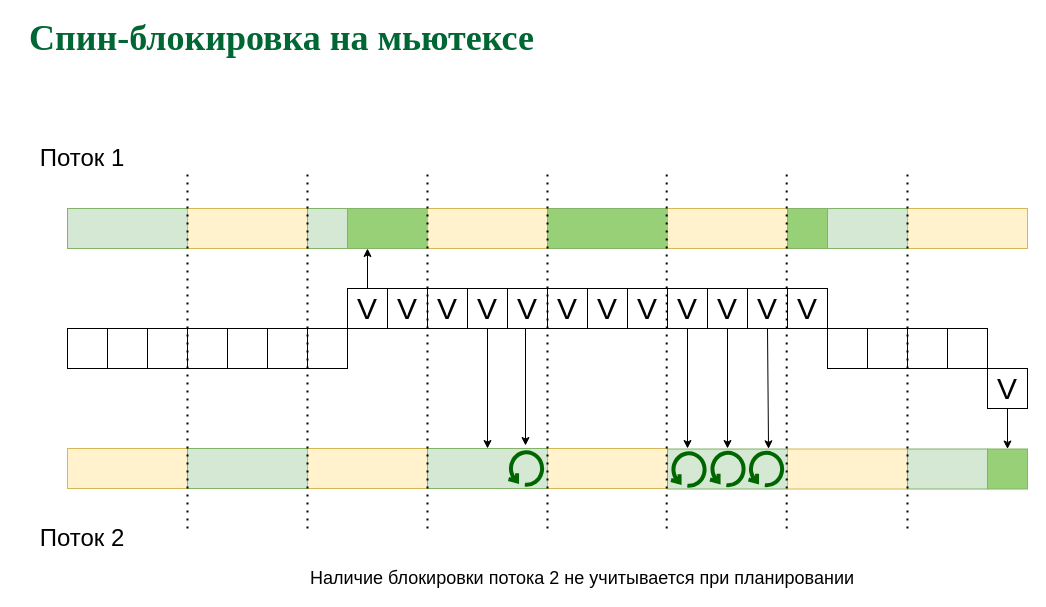
The draw.io diagram page "Mutex - spinlock" (1 of 5) of sync.drawio in 77maxikov/os_course, before the edit. Source tidied: cells renumbered, new cells numbered last; positions are measured from the earlier drawing's top-left corner, leaving out a move shared by most shapes. Both pictures are drawn from the tidied source at 100%, with x=0, y=0 at pixel (17, 28).
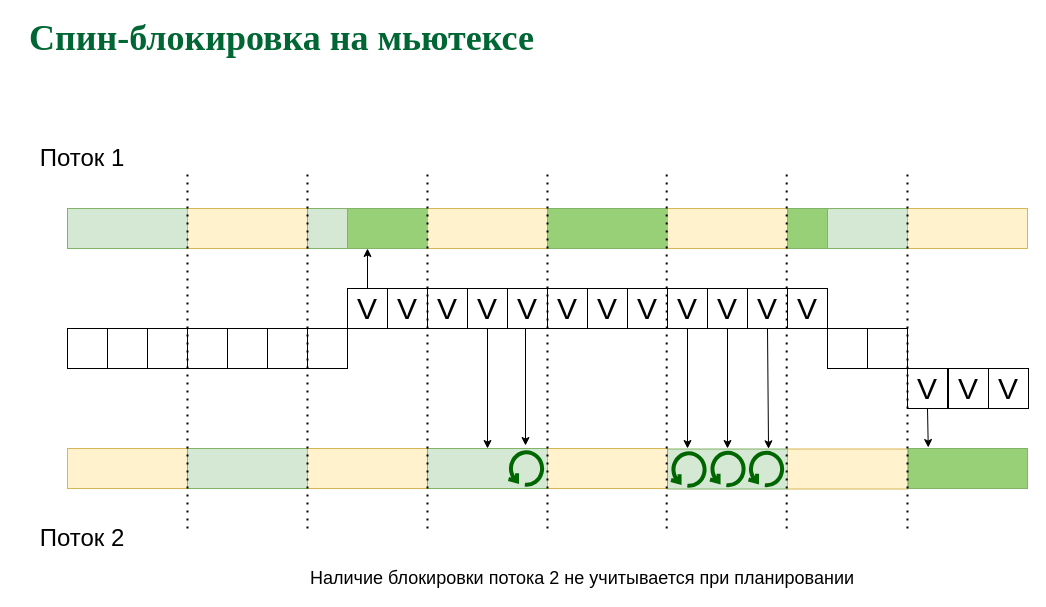
The same page after the edit.

Diff of the diagram source:
```diff
@@
-    <mxCell id="43" style="rounded=0;whiteSpace=wrap;html=1;strokeColor=#82b366;fillColor=#d5e8d4;" parent="1" vertex="1">
-      <mxGeometry x="890" y="420.5" width="80" height="40" as="geometry" />
-    </mxCell>
     <mxCell id="44" style="rounded=0;whiteSpace=wrap;html=1;strokeColor=#82b366;fillColor=#97D077;" parent="1" vertex="1">
-      <mxGeometry x="970" y="420.5" width="40" height="40" as="geometry" />
+      <mxGeometry x="891" y="420" width="119" height="40" as="geometry" />
     </mxCell>
-    <mxCell id="45" style="whiteSpace=wrap;html=1;" parent="1" vertex="1">
-      <mxGeometry x="890" y="300" width="40" height="40" as="geometry" />
-    </mxCell>
-    <mxCell id="46" style="whiteSpace=wrap;html=1;" parent="1" vertex="1">
-      <mxGeometry x="930" y="300" width="40" height="40" as="geometry" />
-    </mxCell>
     <mxCell id="47" value="&lt;font style=&quot;font-size: 30px&quot;&gt;V&lt;/font&gt;" style="whiteSpace=wrap;html=1;" parent="1" vertex="1">
-      <mxGeometry x="970" y="340" width="40" height="40" as="geometry" />
+      <mxGeometry x="890" y="340" width="40" height="40" as="geometry" />
     </mxCell>
@@
-    <mxCell id="66" style="endArrow=classic;html=1;fontColor=#006633;exitX=0.5;exitY=1;exitDx=0;exitDy=0;entryX=0.5;entryY=0;entryDx=0;entryDy=0;" parent="1" edge="1" source="47" target="44">
+    <mxCell id="66" style="endArrow=classic;html=1;fontColor=#006633;exitX=0.5;exitY=1;exitDx=0;exitDy=0;entryX=0.166;entryY=-0.025;entryDx=0;entryDy=0;entryPerimeter=0;" parent="1" edge="1" source="47" target="44">
       <mxGeometry relative="1" as="geometry" />
     </mxCell>
+    <mxCell id="67" value="&lt;font style=&quot;font-size: 30px&quot;&gt;V&lt;/font&gt;" style="whiteSpace=wrap;html=1;" parent="1" vertex="1">
+      <mxGeometry x="931" y="340" width="40" height="40" as="geometry" />
+    </mxCell>
+    <mxCell id="68" value="&lt;font style=&quot;font-size: 30px&quot;&gt;V&lt;/font&gt;" style="whiteSpace=wrap;html=1;" parent="1" vertex="1">
+      <mxGeometry x="971" y="340" width="40" height="40" as="geometry" />
+    </mxCell>
```
